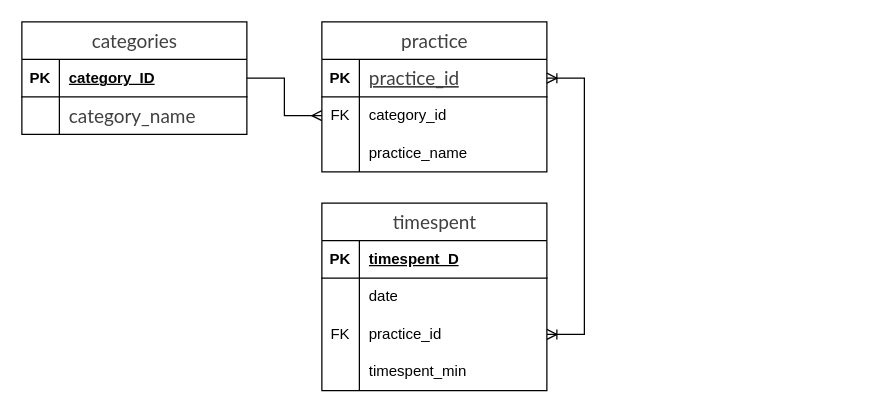
Above: fbc_timespent.drawio in namacosansan/ER (draw.io), before the change. Source tidied: cells renumbered, new cells numbered last; positions are measured from the earlier drawing's top-left corner, leaving out a move shared by most shapes. Both pictures are drawn from the tidied source at 125%, with x=0, y=0 at pixel (21, -10).
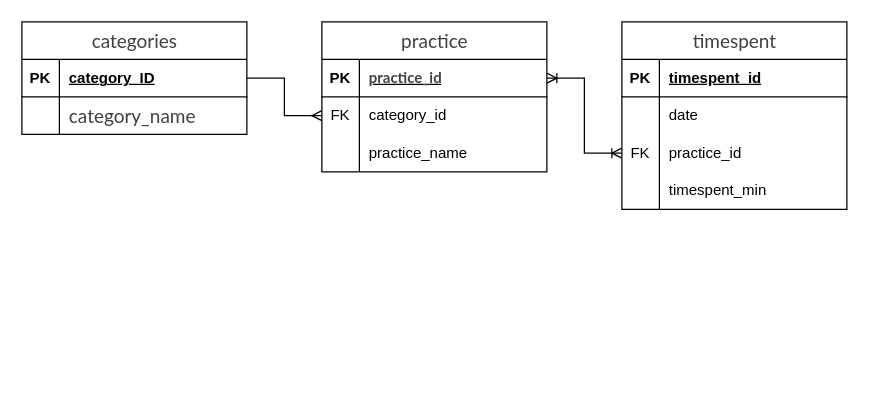
Above is the later version.

Commit message (it also covers changes not shown here):
fbc_timespent.drawio を更新します

Unchanged cells that the change refers to:
```xml
<mxCell id="10" style="shape=tableRow;horizontal=0;startSize=0;swimlaneHead=0;swimlaneBody=0;fillColor=none;points=[[0,0.5],[1,0.5]];portConstraint=eastwest;top=0;left=0;right=0;bottom=1;" parent="9" vertex="1">
  <mxGeometry y="30" width="180" height="30" as="geometry" />
</mxCell>
<mxCell id="20" style="shape=tableRow;horizontal=0;startSize=0;swimlaneHead=0;swimlaneBody=0;fillColor=none;top=0;left=0;right=0;bottom=1;" parent="19" vertex="1">
  <mxGeometry y="30" width="180" height="30" as="geometry" />
</mxCell>
<mxCell id="26" style="shape=tableRow;horizontal=0;startSize=0;swimlaneHead=0;swimlaneBody=0;fillColor=none;points=[[0,0.5],[1,0.5]];portConstraint=eastwest;top=0;left=0;right=0;bottom=0;" parent="19" vertex="1">
  <mxGeometry y="90" width="180" height="30" as="geometry" />
</mxCell>
```

Diff of the diagram source:
```diff
@@
-    <mxCell id="12" value="&lt;font face=&quot;Lato, Helvetica Neue, Helvetica, Arial, Hiragino Maru Gothic Pro, Meiryo, MS PGothic, sans-serif&quot; color=&quot;#414040&quot;&gt;&lt;span style=&quot;font-size: 15.2px; font-weight: 400; background-color: rgb(255, 255, 255);&quot;&gt;practice_id&lt;/span&gt;&lt;/font&gt;" style="shape=partialRectangle;fillColor=none;top=0;left=0;bottom=0;right=0;align=left;spacingLeft=6;fontStyle=5;overflow=hidden;whiteSpace=wrap;html=1;" parent="10" vertex="1">
+    <mxCell id="12" value="&lt;font face=&quot;Lato, Helvetica Neue, Helvetica, Arial, Hiragino Maru Gothic Pro, Meiryo, MS PGothic, sans-serif&quot; color=&quot;#414040&quot;&gt;&lt;span style=&quot;background-color: rgb(255, 255, 255);&quot;&gt;practice_id&lt;/span&gt;&lt;/font&gt;" style="shape=partialRectangle;fillColor=none;top=0;left=0;bottom=0;right=0;align=left;spacingLeft=6;fontStyle=5;overflow=hidden;whiteSpace=wrap;html=1;" parent="10" vertex="1">
       <mxGeometry x="30" width="150" height="30" as="geometry" />
     </mxCell>
@@
     <mxCell id="19" value="&lt;span style=&quot;color: rgb(65, 64, 64); font-family: Lato, &amp;quot;Helvetica Neue&amp;quot;, Helvetica, Arial, &amp;quot;Hiragino Maru Gothic Pro&amp;quot;, Meiryo, &amp;quot;MS PGothic&amp;quot;, sans-serif; font-size: 15.2px; font-weight: 400; text-align: start; text-wrap-mode: wrap; background-color: rgb(255, 255, 255);&quot;&gt;timespent&lt;/span&gt;" style="shape=table;startSize=30;childLayout=tableLayout;rowLines=0;fontStyle=1;align=center;html=1;" parent="1" vertex="1">
-      <mxGeometry x="240" y="170" width="180" height="150" as="geometry" />
+      <mxGeometry x="480" y="25" width="180" height="150" as="geometry" />
     </mxCell>
@@
-    <mxCell id="22" value="timespent_D" style="shape=partialRectangle;fillColor=none;top=0;left=0;bottom=0;right=0;align=left;spacingLeft=6;fontStyle=5;overflow=hidden;whiteSpace=wrap;html=1;" parent="20" vertex="1">
+    <mxCell id="22" value="timespent_id" style="shape=partialRectangle;fillColor=none;top=0;left=0;bottom=0;right=0;align=left;spacingLeft=6;fontStyle=5;overflow=hidden;whiteSpace=wrap;html=1;" parent="20" vertex="1">
       <mxGeometry x="30" width="150" height="30" as="geometry" />
     </mxCell>
@@
-    <mxCell id="32" style="edgeStyle=entityRelationEdgeStyle;fontSize=12;html=1;endArrow=ERoneToMany;startArrow=ERoneToMany;rounded=0;exitX=1;exitY=0.5;exitDx=0;exitDy=0;entryX=1;entryY=0.5;entryDx=0;entryDy=0;" parent="1" edge="1" source="10" target="26">
+    <mxCell id="32" style="edgeStyle=entityRelationEdgeStyle;fontSize=12;html=1;endArrow=ERoneToMany;startArrow=ERoneToMany;rounded=0;exitX=1;exitY=0.5;exitDx=0;exitDy=0;entryX=0;entryY=0.5;entryDx=0;entryDy=0;" parent="1" edge="1" source="10" target="26">
       <mxGeometry relative="1" as="geometry">
         <Array as="points">
           <mxPoint x="530" y="20" />
           <mxPoint x="620" />
         </Array>
       </mxGeometry>
     </mxCell>
```
